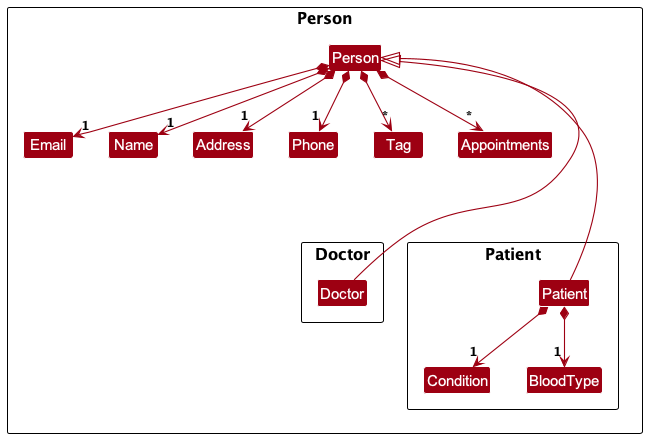
Before: docs/images/PersonPackageClassDiagram.png, a diagram exported from PlantUML (nus-cs2103-AY2324S1/tp).
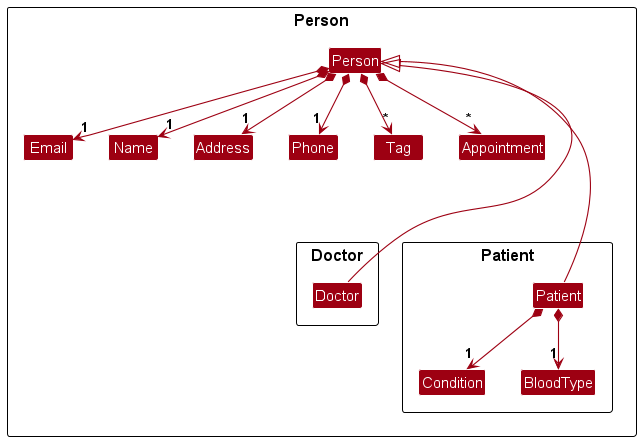
The same file after the commit.

Diff of the diagram source:
```diff
@@ -11,13 +11,13 @@
     Class Address
     Class Phone
     Class Tag
-    Class Appointments
+    Class Appointment
 
     Person *--> "1" Email
     Person *--> "1" Name
     Person *--> "1" Phone
     Person *--> "1" Address
-    Person *--> "*" Appointments
+    Person *--> "*" Appointment
     Person *--> "*" Tag
 
         Package Doctor {
```
